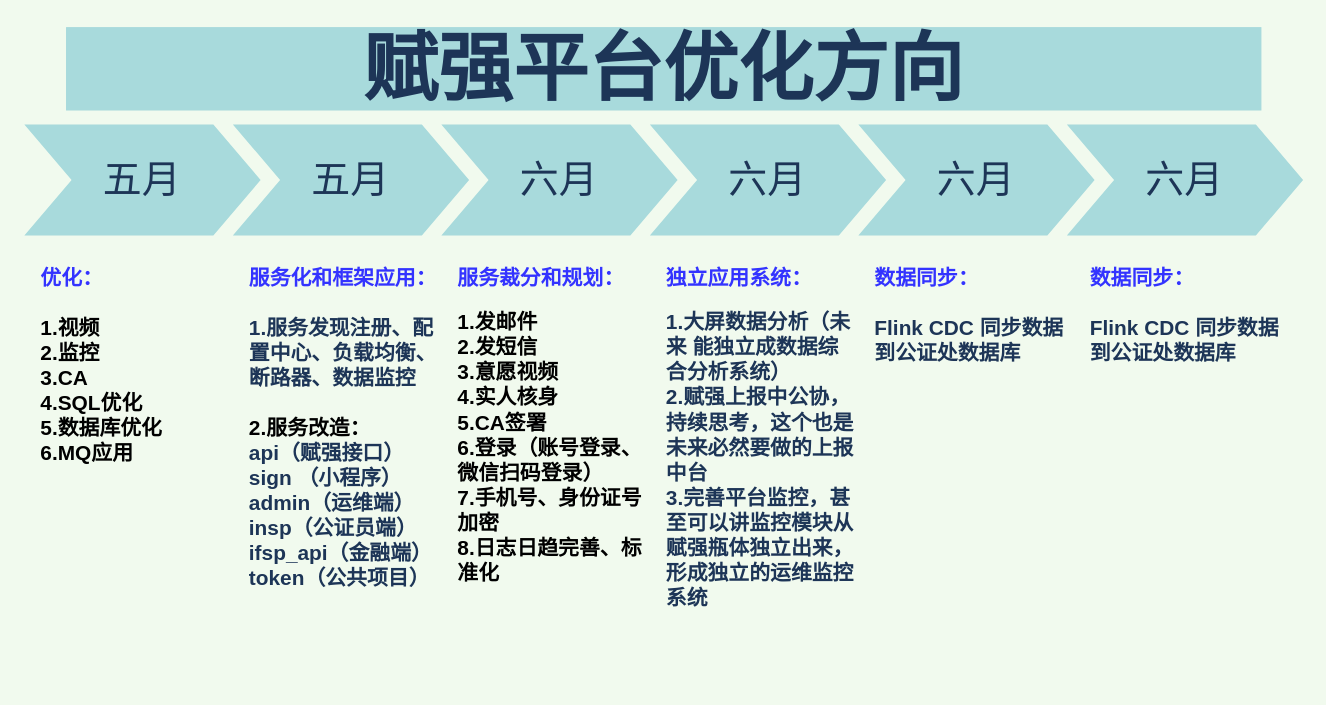
Before: page "Page-2" (1 of 2) of 赋强平台优化方案.drawio in wuyongfeng/wuyongfeng, a draw.io diagram. Source tidied: cells renumbered, new cells numbered last; positions are measured from the earlier drawing's top-left corner, leaving out a move shared by most shapes. Both pictures are drawn from the tidied source at 139%, with x=0, y=0 at pixel (24, 26).
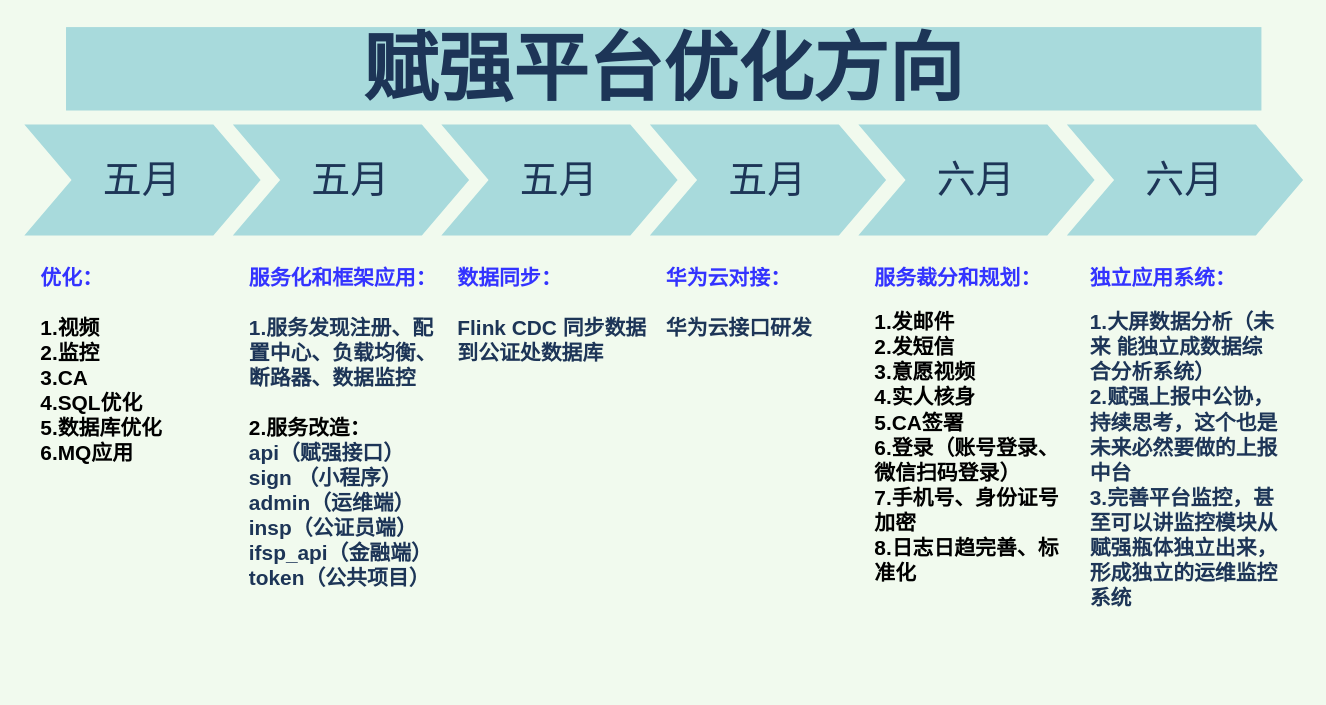
The same diagram, later.

Commit message:
Update 赋强平台优化方案.drawio

The edit, as a diff of the source:
```diff
@@
 <mxGraphModel background="#F1FAEE">
   <root>
     <mxCell id="0" />
     <mxCell id="1" parent="0" />
     <mxCell id="2" value="五月" style="shape=step;whiteSpace=wrap;html=1;fontSize=28;fillColor=#A8DADC;fontColor=#1D3557;strokeColor=none;" parent="1" vertex="1">
       <mxGeometry y="70" width="170" height="80" as="geometry" />
     </mxCell>
     <mxCell id="3" value="五月" style="shape=step;whiteSpace=wrap;html=1;fontSize=28;fillColor=#A8DADC;fontColor=#1D3557;strokeColor=none;" parent="1" vertex="1">
       <mxGeometry x="150" y="70" width="170" height="80" as="geometry" />
     </mxCell>
-    <mxCell id="4" value="六月" style="shape=step;whiteSpace=wrap;html=1;fontSize=28;fillColor=#A8DADC;fontColor=#1D3557;strokeColor=none;" parent="1" vertex="1">
+    <mxCell id="4" value="五月" style="shape=step;whiteSpace=wrap;html=1;fontSize=28;fillColor=#A8DADC;fontColor=#1D3557;strokeColor=none;" parent="1" vertex="1">
       <mxGeometry x="300" y="70" width="170" height="80" as="geometry" />
     </mxCell>
-    <mxCell id="5" value="六月" style="shape=step;whiteSpace=wrap;html=1;fontSize=28;fillColor=#A8DADC;fontColor=#1D3557;strokeColor=none;" parent="1" vertex="1">
+    <mxCell id="5" value="五月" style="shape=step;whiteSpace=wrap;html=1;fontSize=28;fillColor=#A8DADC;fontColor=#1D3557;strokeColor=none;" parent="1" vertex="1">
       <mxGeometry x="450" y="70" width="170" height="80" as="geometry" />
     </mxCell>
     <mxCell id="6" value="六月" style="shape=step;whiteSpace=wrap;html=1;fontSize=28;fillColor=#A8DADC;fontColor=#1D3557;strokeColor=none;" parent="1" vertex="1">
       <mxGeometry x="600" y="70" width="170" height="80" as="geometry" />
     </mxCell>
     <mxCell id="7" value="六月" style="shape=step;whiteSpace=wrap;html=1;fontSize=28;fillColor=#A8DADC;fontColor=#1D3557;strokeColor=none;" parent="1" vertex="1">
       <mxGeometry x="750" y="70" width="170" height="80" as="geometry" />
     </mxCell>
     <mxCell id="8" value="赋强平台优化方向" style="text;html=1;strokeColor=none;fillColor=#A8DADC;align=center;verticalAlign=middle;whiteSpace=wrap;fontSize=54;fontStyle=1;fontColor=#1D3557;" parent="1" vertex="1">
       <mxGeometry x="30" width="860" height="60" as="geometry" />
     </mxCell>
     <mxCell id="9" value="&lt;div style=&quot;font-size: 15px&quot;&gt;&lt;font color=&quot;#3333ff&quot;&gt;优化：&lt;/font&gt;&lt;br&gt;&lt;br&gt;&lt;/div&gt;&lt;div style=&quot;font-size: 15px&quot;&gt;1.视频&lt;/div&gt;&lt;div style=&quot;font-size: 15px&quot;&gt;2.监控&lt;/div&gt;&lt;div style=&quot;font-size: 15px&quot;&gt;3.CA&lt;/div&gt;&lt;div style=&quot;font-size: 15px&quot;&gt;4.SQL优化&lt;/div&gt;&lt;div style=&quot;font-size: 15px&quot;&gt;5.数据库优化&lt;/div&gt;&lt;div style=&quot;font-size: 15px&quot;&gt;6.MQ应用&lt;/div&gt;" style="text;spacingTop=-5;fillColor=default;whiteSpace=wrap;html=1;align=left;fontSize=15;fontFamily=Helvetica;fillColor=none;strokeColor=none;verticalAlign=top;horizontal=1;labelPosition=center;verticalLabelPosition=middle;fontStyle=1;labelBorderColor=none;" parent="1" vertex="1">
       <mxGeometry x="10" y="170" width="140" height="230" as="geometry" />
     </mxCell>
     <mxCell id="10" value="&lt;div&gt;&lt;font color=&quot;#3333ff&quot;&gt;服务化和框架应用：&lt;/font&gt;&lt;/div&gt;&lt;div style=&quot;color: rgb(0 , 0 , 0)&quot;&gt;&lt;br&gt;&lt;/div&gt;&lt;div style=&quot;color: rgb(0 , 0 , 0)&quot;&gt;&lt;span style=&quot;color: rgb(29 , 53 , 87)&quot;&gt;1.服务发现注册、配置中心、负载均衡、断路器、数据监控&lt;/span&gt;&lt;br&gt;&lt;/div&gt;&lt;div style=&quot;color: rgb(0 , 0 , 0)&quot;&gt;&lt;br&gt;&lt;/div&gt;&lt;div style=&quot;color: rgb(0 , 0 , 0)&quot;&gt;2.服务改造：&lt;/div&gt;&lt;div&gt;api（赋强接口）&lt;/div&gt;&lt;div&gt;sign （小程序）&lt;/div&gt;&lt;div&gt;admin（运维端）&lt;/div&gt;&lt;div&gt;insp（公证员端）&lt;/div&gt;&lt;div&gt;ifsp_api（金融端）&lt;/div&gt;&lt;span&gt;token（公共项目）&lt;/span&gt;&lt;br&gt;&lt;div style=&quot;color: rgb(0 , 0 , 0)&quot;&gt;&lt;br&gt;&lt;/div&gt;" style="text;spacingTop=-5;fillColor=#ffffff;whiteSpace=wrap;html=1;align=left;fontSize=15;fontFamily=Helvetica;fillColor=none;strokeColor=none;fontColor=#1D3557;fontStyle=1;" parent="1" vertex="1">
       <mxGeometry x="160" y="170" width="140" height="300" as="geometry" />
     </mxCell>
-    <mxCell id="11" value="&lt;span style=&quot;font-size: 15px&quot;&gt;&lt;b&gt;&lt;font color=&quot;#3333ff&quot;&gt;服务裁分和规划：&lt;/font&gt;&lt;/b&gt;&lt;/span&gt;&lt;br&gt;&lt;br&gt;&lt;div&gt;&lt;div style=&quot;font-size: 15px ; font-weight: 700 ; color: rgb(0 , 0 , 0)&quot;&gt;1.发邮件&lt;/div&gt;&lt;div style=&quot;font-size: 15px ; font-weight: 700 ; color: rgb(0 , 0 , 0)&quot;&gt;2.发短信&lt;/div&gt;&lt;div style=&quot;font-size: 15px ; font-weight: 700 ; color: rgb(0 , 0 , 0)&quot;&gt;3.意愿视频&lt;/div&gt;&lt;div style=&quot;font-size: 15px ; font-weight: 700 ; color: rgb(0 , 0 , 0)&quot;&gt;4.实人核身&lt;/div&gt;&lt;div style=&quot;font-size: 15px ; font-weight: 700 ; color: rgb(0 , 0 , 0)&quot;&gt;5.CA签署&lt;/div&gt;&lt;div style=&quot;font-size: 15px ; font-weight: 700 ; color: rgb(0 , 0 , 0)&quot;&gt;6.登录（账号登录、微信扫码登录）&lt;/div&gt;&lt;div style=&quot;font-size: 15px ; font-weight: 700 ; color: rgb(0 , 0 , 0)&quot;&gt;7.手机号、身份证号加密&lt;/div&gt;&lt;div style=&quot;font-size: 15px ; font-weight: 700 ; color: rgb(0 , 0 , 0)&quot;&gt;8.日志日趋完善、标准化&lt;/div&gt;&lt;/div&gt;" style="text;spacingTop=-5;fillColor=#ffffff;whiteSpace=wrap;html=1;align=left;fontSize=12;fontFamily=Helvetica;fillColor=none;strokeColor=none;fontColor=#1D3557;" parent="1" vertex="1">
+    <mxCell id="11" value="&lt;b style=&quot;font-size: 15px&quot;&gt;&lt;font color=&quot;#3333ff&quot;&gt;数据同步：&lt;/font&gt;&lt;br&gt;&lt;br&gt;Flink CDC 同步数据到公证处数据库&lt;/b&gt;" style="text;spacingTop=-5;fillColor=#ffffff;whiteSpace=wrap;html=1;align=left;fontSize=12;fontFamily=Helvetica;fillColor=none;strokeColor=none;fontColor=#1D3557;" parent="1" vertex="1">
       <mxGeometry x="310" y="170" width="140" height="300" as="geometry" />
     </mxCell>
-    <mxCell id="12" value="&lt;span style=&quot;font-size: 15px&quot;&gt;&lt;b&gt;&lt;font color=&quot;#3333ff&quot;&gt;独立应用系统：&lt;/font&gt;&lt;/b&gt;&lt;/span&gt;&lt;br&gt;&lt;br&gt;&lt;div&gt;&lt;span style=&quot;font-size: 15px&quot;&gt;&lt;b&gt;1.大屏数据分析（未来 能独立成数据综合分析系统）&lt;/b&gt;&lt;/span&gt;&lt;/div&gt;&lt;div&gt;&lt;span style=&quot;font-size: 15px&quot;&gt;&lt;b&gt;2.赋强上报中公协，持续思考，这个也是未来必然要做的上报中台&lt;/b&gt;&lt;/span&gt;&lt;/div&gt;&lt;span style=&quot;font-size: 15px&quot;&gt;&lt;b&gt;3.完善平台监控，甚至可以讲监控模块从赋强瓶体独立出来，形成独立的运维监控系统&lt;/b&gt;&lt;/span&gt;" style="text;spacingTop=-5;fillColor=#ffffff;whiteSpace=wrap;html=1;align=left;fontSize=12;fontFamily=Helvetica;fillColor=none;strokeColor=none;fontColor=#1D3557;" parent="1" vertex="1">
+    <mxCell id="12" value="&lt;b style=&quot;font-size: 15px&quot;&gt;&lt;font color=&quot;#3333ff&quot;&gt;华为云对接：&lt;/font&gt;&lt;br&gt;&lt;br&gt;华为云接口研发&lt;br&gt;&lt;/b&gt;" style="text;spacingTop=-5;fillColor=#ffffff;whiteSpace=wrap;html=1;align=left;fontSize=12;fontFamily=Helvetica;fillColor=none;strokeColor=none;fontColor=#1D3557;" parent="1" vertex="1">
       <mxGeometry x="460" y="170" width="140" height="280" as="geometry" />
     </mxCell>
-    <mxCell id="13" value="&lt;span style=&quot;font-size: 15px&quot;&gt;&lt;b&gt;&lt;font color=&quot;#3333ff&quot;&gt;数据同步：&lt;/font&gt;&lt;br&gt;&lt;br&gt;Flink CDC 同步数据到公证处数据库&lt;br&gt;&lt;/b&gt;&lt;/span&gt;" style="text;spacingTop=-5;fillColor=#ffffff;whiteSpace=wrap;html=1;align=left;fontSize=12;fontFamily=Helvetica;fillColor=none;strokeColor=none;fontColor=#1D3557;" parent="1" vertex="1">
+    <mxCell id="13" value="&lt;span style=&quot;font-size: 15px&quot;&gt;&lt;b&gt;&lt;font color=&quot;#3333ff&quot;&gt;服务裁分和规划：&lt;/font&gt;&lt;/b&gt;&lt;/span&gt;&lt;br&gt;&lt;br&gt;&lt;div&gt;&lt;div style=&quot;font-size: 15px ; font-weight: 700 ; color: rgb(0 , 0 , 0)&quot;&gt;1.发邮件&lt;/div&gt;&lt;div style=&quot;font-size: 15px ; font-weight: 700 ; color: rgb(0 , 0 , 0)&quot;&gt;2.发短信&lt;/div&gt;&lt;div style=&quot;font-size: 15px ; font-weight: 700 ; color: rgb(0 , 0 , 0)&quot;&gt;3.意愿视频&lt;/div&gt;&lt;div style=&quot;font-size: 15px ; font-weight: 700 ; color: rgb(0 , 0 , 0)&quot;&gt;4.实人核身&lt;/div&gt;&lt;div style=&quot;font-size: 15px ; font-weight: 700 ; color: rgb(0 , 0 , 0)&quot;&gt;5.CA签署&lt;/div&gt;&lt;div style=&quot;font-size: 15px ; font-weight: 700 ; color: rgb(0 , 0 , 0)&quot;&gt;6.登录（账号登录、微信扫码登录）&lt;/div&gt;&lt;div style=&quot;font-size: 15px ; font-weight: 700 ; color: rgb(0 , 0 , 0)&quot;&gt;7.手机号、身份证号加密&lt;/div&gt;&lt;div style=&quot;font-size: 15px ; font-weight: 700 ; color: rgb(0 , 0 , 0)&quot;&gt;8.日志日趋完善、标准化&lt;/div&gt;&lt;/div&gt;" style="text;spacingTop=-5;fillColor=#ffffff;whiteSpace=wrap;html=1;align=left;fontSize=12;fontFamily=Helvetica;fillColor=none;strokeColor=none;fontColor=#1D3557;" parent="1" vertex="1">
       <mxGeometry x="610" y="170" width="140" height="230" as="geometry" />
     </mxCell>
-    <mxCell id="14" value="&lt;b style=&quot;font-size: 15px&quot;&gt;&lt;font color=&quot;#3333ff&quot;&gt;数据同步：&lt;/font&gt;&lt;br&gt;&lt;br&gt;Flink CDC 同步数据到公证处数据库&lt;/b&gt;" style="text;spacingTop=-5;fillColor=#ffffff;whiteSpace=wrap;html=1;align=left;fontSize=12;fontFamily=Helvetica;fillColor=none;strokeColor=none;fontColor=#1D3557;" parent="1" vertex="1">
+    <mxCell id="14" value="&lt;span style=&quot;font-size: 15px&quot;&gt;&lt;b&gt;&lt;font color=&quot;#3333ff&quot;&gt;独立应用系统：&lt;/font&gt;&lt;/b&gt;&lt;/span&gt;&lt;br&gt;&lt;br&gt;&lt;div&gt;&lt;span style=&quot;font-size: 15px&quot;&gt;&lt;b&gt;1.大屏数据分析（未来 能独立成数据综合分析系统）&lt;/b&gt;&lt;/span&gt;&lt;/div&gt;&lt;div&gt;&lt;span style=&quot;font-size: 15px&quot;&gt;&lt;b&gt;2.赋强上报中公协，持续思考，这个也是未来必然要做的上报中台&lt;/b&gt;&lt;/span&gt;&lt;/div&gt;&lt;span style=&quot;font-size: 15px&quot;&gt;&lt;b&gt;3.完善平台监控，甚至可以讲监控模块从赋强瓶体独立出来，形成独立的运维监控系统&lt;/b&gt;&lt;/span&gt;" style="text;spacingTop=-5;fillColor=#ffffff;whiteSpace=wrap;html=1;align=left;fontSize=12;fontFamily=Helvetica;fillColor=none;strokeColor=none;fontColor=#1D3557;" parent="1" vertex="1">
       <mxGeometry x="765" y="170" width="140" height="220" as="geometry" />
     </mxCell>
   </root>
 </mxGraphModel>
```
